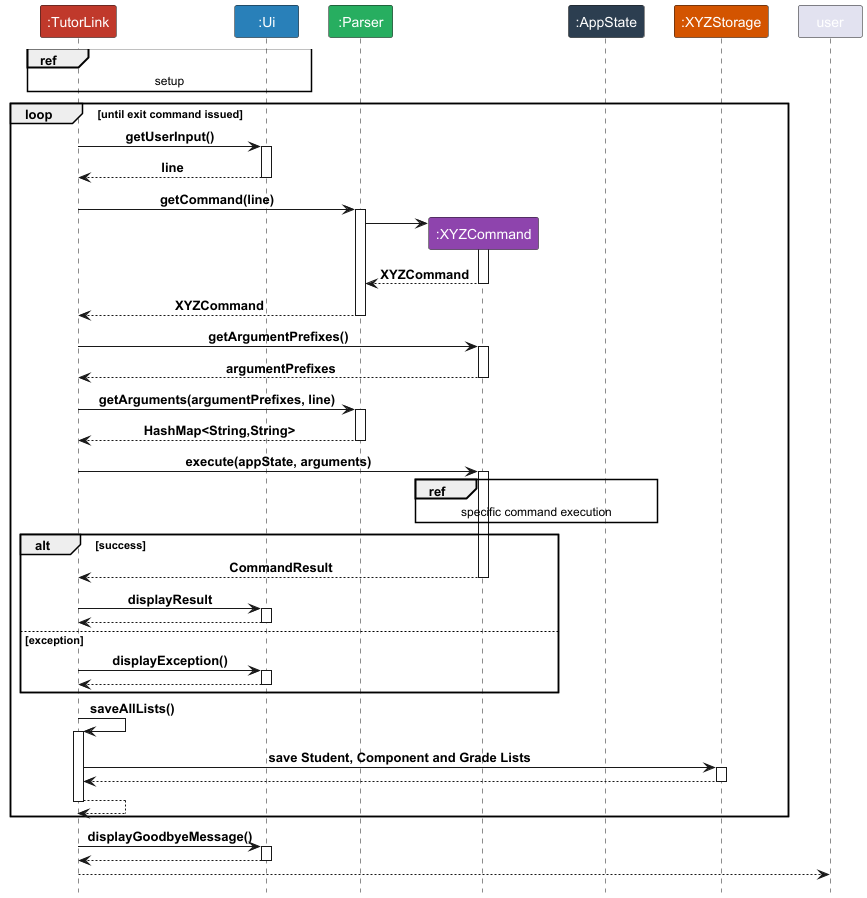
This is docs/diagrams/ArchitectureSequenceGrouped.png from yeekian/tp, a PlantUML export, as it was before one commit.
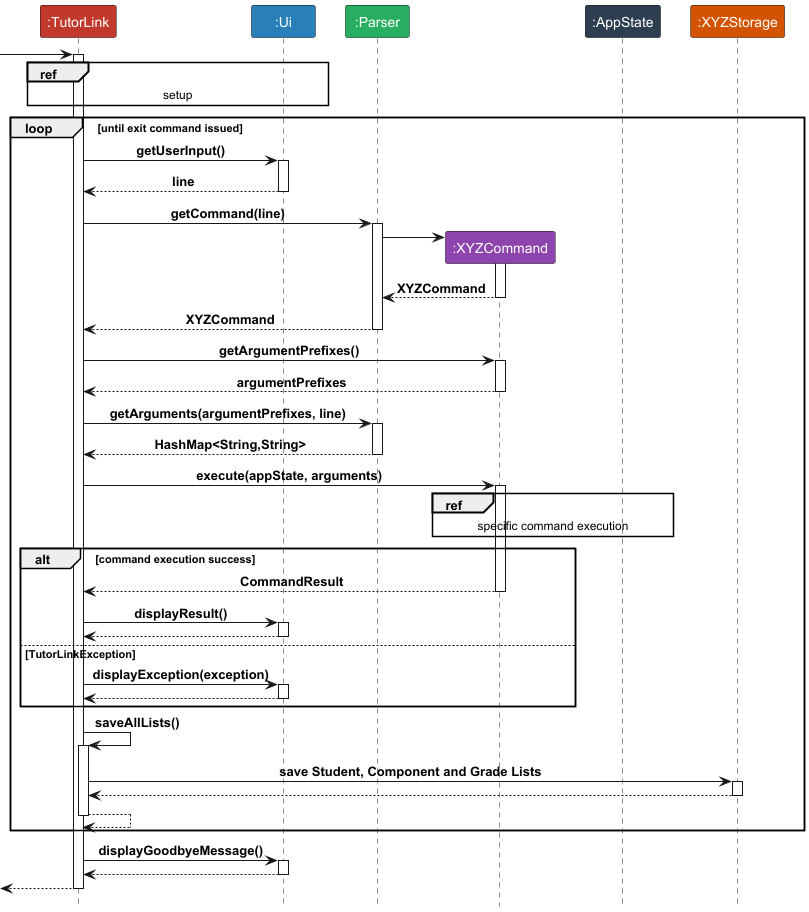
After the change.

Change to the diagram source:
```diff
@@ -6,6 +6,8 @@
 participant ":XYZCommand" as C LOGIC_COLOR_3
 participant ":AppState" as A LOGIC_COLOR_2
 participant ":XYZStorage" as S LOGIC_COLOR_4
+[->TL
+activate TL
 ref over TL, UI : setup
 loop until exit command issued
     TL -> UI: getUserInput()
@@ -32,15 +34,15 @@
     TL -> C : execute(appState, arguments)
     activate C
     ref over C, A : specific command execution
-    alt success
+    alt command execution success
         TL <-- C : CommandResult
         deactivate C
-        TL -> UI : displayResult
+        TL -> UI : displayResult()
         activate UI
         TL <-- UI
         deactivate UI
-    else exception
-        TL -> UI : displayException()
+    else TutorLinkException
+        TL -> UI : displayException(exception)
         activate UI
         TL <-- UI
         deactivate UI
@@ -58,6 +60,6 @@
 activate UI
 TL <-- UI
 deactivate UI
-user <-- TL
+[<--TL
 deactivate TL
 @enduml
```
